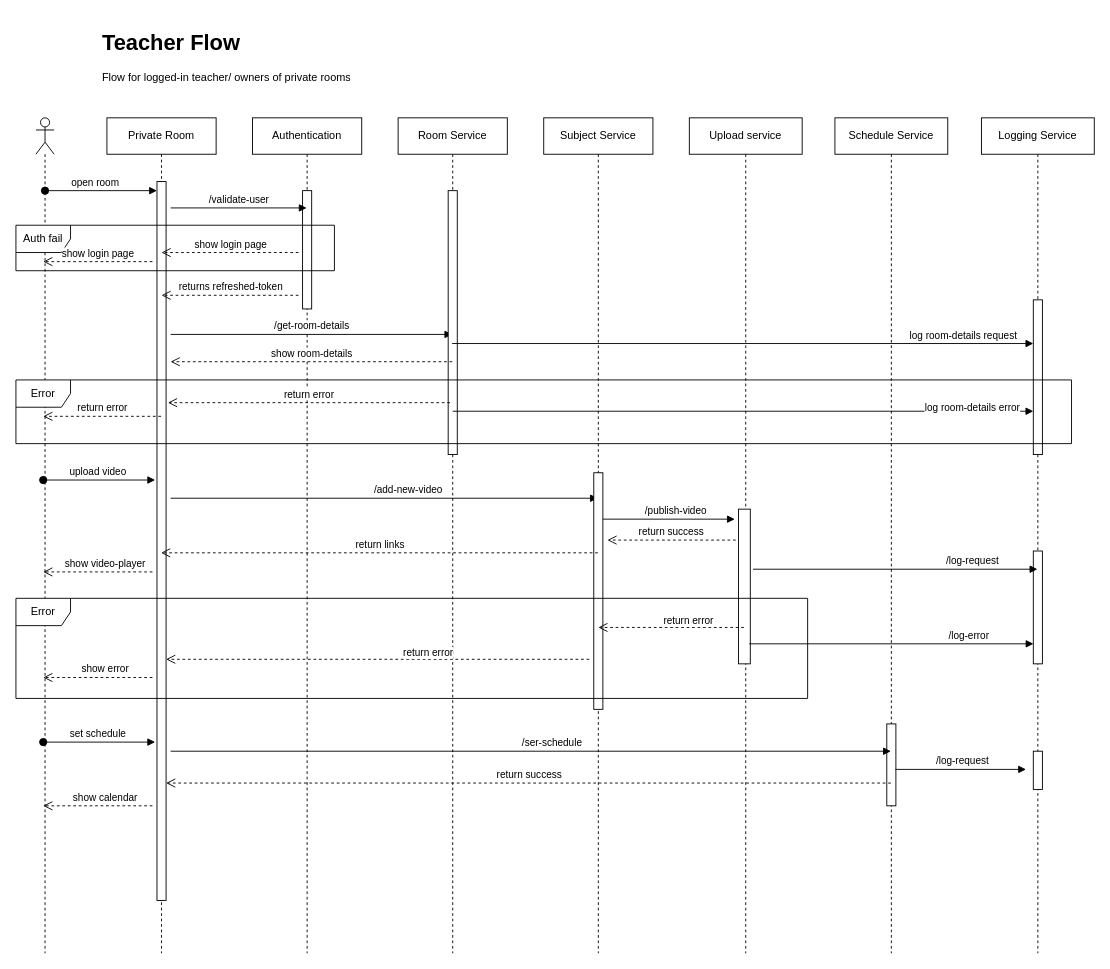
Above: page "Manage Class | Teacher" (5 of 5) of docs/assets/Sequence Diagram.drawio in akshayvijaynair/music-academy-docs (draw.io), before the change. Source tidied: cells renumbered, new cells numbered last; positions are measured from the earlier drawing's top-left corner, leaving out a move shared by most shapes. Both pictures are drawn from the tidied source at 91%, with x=0, y=0 at pixel (15, 25).
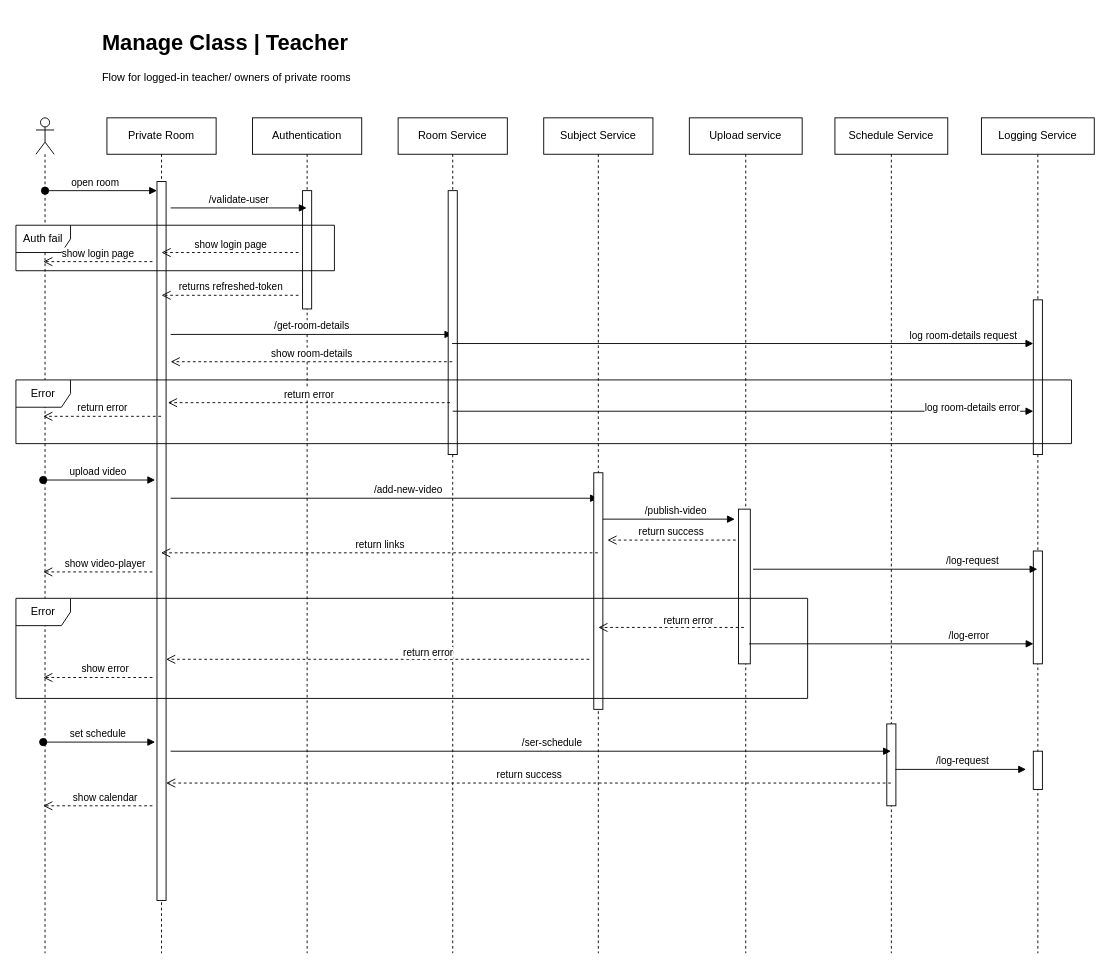
The same page after the edit.

Diff of the diagram source:
```diff
@@
-    <mxCell id="8" value="&lt;h1&gt;Teacher Flow&lt;/h1&gt;&lt;div&gt;Flow for logged-in teacher/ owners of private rooms&lt;/div&gt;" style="text;html=1;strokeColor=none;fillColor=none;spacing=5;spacingTop=-20;whiteSpace=wrap;overflow=hidden;rounded=0;" parent="1" vertex="1">
+    <mxCell id="8" value="&lt;h1&gt;Manage Class | Teacher&lt;/h1&gt;&lt;div&gt;Flow for logged-in teacher/ owners of private rooms&lt;/div&gt;" style="text;html=1;strokeColor=none;fillColor=none;spacing=5;spacingTop=-20;whiteSpace=wrap;overflow=hidden;rounded=0;" parent="1" vertex="1">
       <mxGeometry x="90" width="690" height="80" as="geometry" />
     </mxCell>
```
